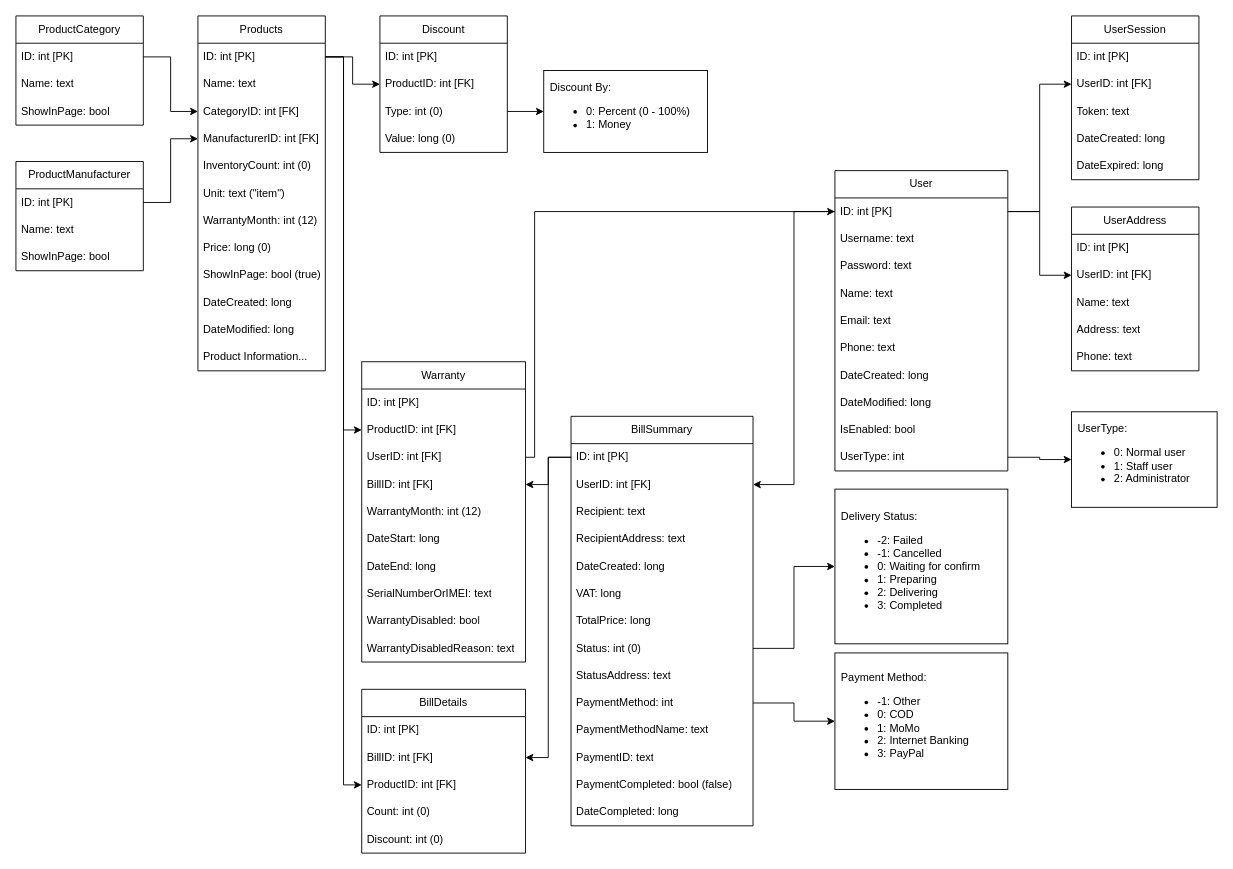
Above: page "0.4.6" (2 of 12) of docs/PhoneStoreManager.drawio in ZoeMeow1027/capstone-project (draw.io), before the change. Source tidied: cells renumbered, new cells numbered last; positions are measured from the earlier drawing's top-left corner, leaving out a move shared by most shapes. Both pictures are drawn from the tidied source at 91%, with x=0, y=0 at pixel (15, 15).
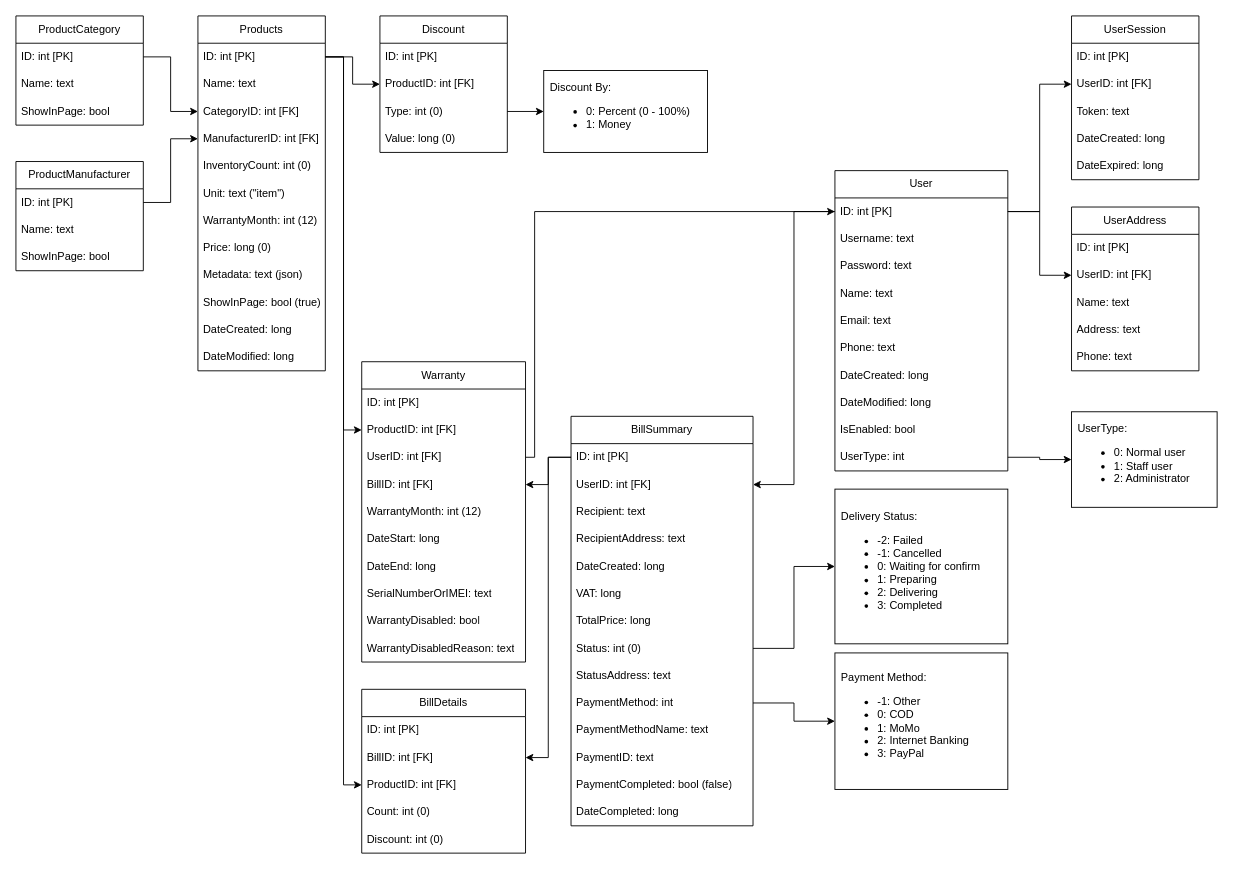
The same page after the edit.

The change refers to these unchanged cells:
```xml
<mxCell id="2" value="Products" style="swimlane;fontStyle=0;horizontal=1;startSize=30;whiteSpace=wrap;html=1;" parent="1" vertex="1">
  <mxGeometry x="200" width="140" height="390" as="geometry" />
</mxCell>
```

Change to the diagram source:
```diff
@@
+    <mxCell id="14" value="Metadata: text (json)" style="text;strokeColor=none;fillColor=none;align=left;verticalAlign=middle;spacingLeft=4;spacingRight=4;overflow=hidden;whiteSpace=wrap;html=1;" parent="2" vertex="1">
+      <mxGeometry y="270" width="140" height="30" as="geometry" />
+    </mxCell>
     <mxCell id="11" value="ShowInPage: bool (true)" style="text;strokeColor=none;fillColor=none;align=left;verticalAlign=middle;spacingLeft=4;spacingRight=4;overflow=hidden;whiteSpace=wrap;html=1;" parent="2" vertex="1">
-      <mxGeometry y="270" width="140" height="30" as="geometry" />
+      <mxGeometry y="300" width="140" height="30" as="geometry" />
     </mxCell>
     <mxCell id="12" value="DateCreated: long" style="text;strokeColor=none;fillColor=none;align=left;verticalAlign=middle;spacingLeft=4;spacingRight=4;overflow=hidden;whiteSpace=wrap;html=1;" parent="2" vertex="1">
-      <mxGeometry y="300" width="140" height="30" as="geometry" />
+      <mxGeometry y="330" width="140" height="30" as="geometry" />
     </mxCell>
     <mxCell id="13" value="DateModified: long" style="text;strokeColor=none;fillColor=none;align=left;verticalAlign=middle;spacingLeft=4;spacingRight=4;overflow=hidden;whiteSpace=wrap;html=1;" parent="2" vertex="1">
-      <mxGeometry y="330" width="140" height="30" as="geometry" />
+      <mxGeometry y="360" width="140" height="30" as="geometry" />
     </mxCell>
-    <mxCell id="14" value="Product Information..." style="text;strokeColor=none;fillColor=none;align=left;verticalAlign=middle;spacingLeft=4;spacingRight=4;overflow=hidden;whiteSpace=wrap;html=1;" parent="2" vertex="1">
-      <mxGeometry y="360" width="140" height="30" as="geometry" />
-    </mxCell>
```
